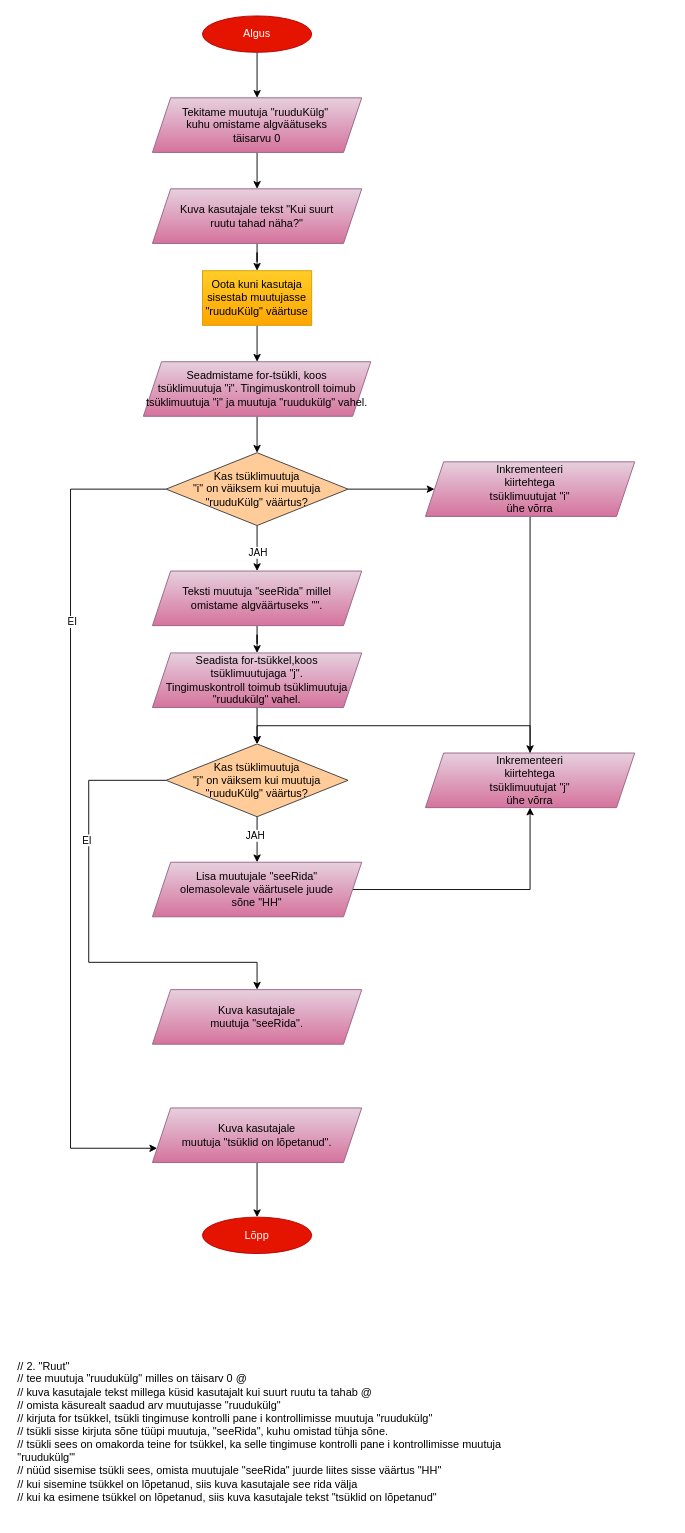
Earlier version of the draw.io diagram Vooskeemid/ülesanne CYCLES FOR-2.drawio (metsislavjemeljanov/excercizes). Source tidied: cells renumbered, new cells numbered last; positions are measured from the earlier drawing's top-left corner, leaving out a move shared by most shapes. Both pictures are drawn from the tidied source at 91%, with x=0, y=0 at pixel (15, 15).
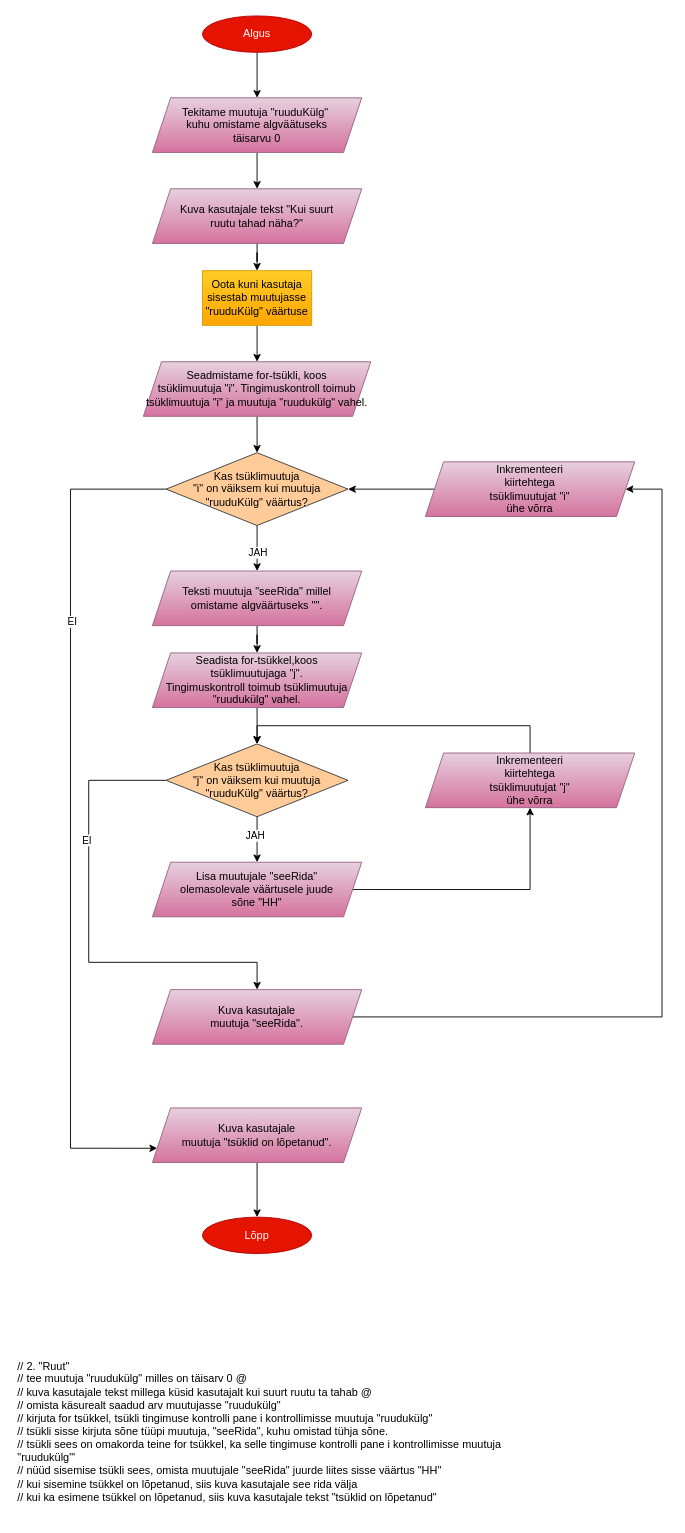
The same diagram, later.

Commit message (it also covers changes not shown here):
lahendasid ülesande CYCLES-FOR-2

The change refers to these unchanged cells:
```xml
<mxCell id="18" value="Kas tsüklimuutuja&lt;div&gt;&quot;i&quot; on väiksem kui muutuja&lt;/div&gt;&lt;div&gt;&quot;ruuduKülg&quot; väärtus?&lt;/div&gt;" style="rhombus;whiteSpace=wrap;html=1;fillColor=#ffcc99;strokeColor=#36393d;" parent="1" vertex="1">
  <mxGeometry x="165" y="480" width="200" height="80" as="geometry" />
</mxCell>
<mxCell id="31" value="Inkrementeeri&lt;div&gt;kiirtehtega&lt;/div&gt;&lt;div&gt;tsüklimuutujat &quot;j&quot;&lt;/div&gt;&lt;div&gt;ühe võrra&lt;/div&gt;" style="shape=parallelogram;perimeter=parallelogramPerimeter;whiteSpace=wrap;html=1;fixedSize=1;fillColor=#e6d0de;gradientColor=#d5739d;strokeColor=#996185;" parent="1" vertex="1">
  <mxGeometry x="450" y="810" width="230" height="60" as="geometry" />
</mxCell>
<mxCell id="32" value="Kuva kasutajale&lt;div&gt;muutuja &quot;seeRida&quot;.&lt;/div&gt;" style="shape=parallelogram;perimeter=parallelogramPerimeter;whiteSpace=wrap;html=1;fixedSize=1;fillColor=#e6d0de;gradientColor=#d5739d;strokeColor=#996185;" parent="1" vertex="1">
  <mxGeometry x="150" y="1070" width="230" height="60" as="geometry" />
</mxCell>
<mxCell id="34" value="Inkrementeeri&lt;div&gt;kiirtehtega&lt;/div&gt;&lt;div&gt;tsüklimuutujat &quot;i&quot;&lt;/div&gt;&lt;div&gt;ühe võrra&lt;/div&gt;" style="shape=parallelogram;perimeter=parallelogramPerimeter;whiteSpace=wrap;html=1;fixedSize=1;fillColor=#e6d0de;gradientColor=#d5739d;strokeColor=#996185;" parent="1" vertex="1">
  <mxGeometry x="450" y="490" width="230" height="60" as="geometry" />
</mxCell>
```

Change to the diagram source:
```diff
@@
-    <mxCell id="15" style="edgeStyle=orthogonalEdgeStyle;rounded=0;jettySize=auto;html=1;entryX=0;entryY=0.5;entryDx=0;entryDy=0;" parent="1" edge="1" source="18" target="34">
-      <mxGeometry relative="1" as="geometry" />
-    </mxCell>
@@
+    <mxCell id="38" style="edgeStyle=orthogonalEdgeStyle;rounded=0;jettySize=auto;html=1;entryX=1;entryY=0.5;entryDx=0;entryDy=0;" parent="1" edge="1" source="32" target="34">
+      <mxGeometry relative="1" as="geometry">
+        <Array as="points">
+          <mxPoint x="710" y="1100" />
+          <mxPoint x="710" y="520" />
+        </Array>
+      </mxGeometry>
+    </mxCell>
@@
-    <mxCell id="33" style="edgeStyle=orthogonalEdgeStyle;rounded=0;jettySize=auto;html=1;" parent="1" edge="1" source="34" target="31">
-      <mxGeometry relative="1" as="geometry" />
-    </mxCell>
+    <mxCell id="39" style="edgeStyle=orthogonalEdgeStyle;rounded=0;jettySize=auto;html=1;entryX=1;entryY=0.5;entryDx=0;entryDy=0;" parent="1" edge="1" source="34" target="18">
+      <mxGeometry relative="1" as="geometry" />
+    </mxCell>
```
